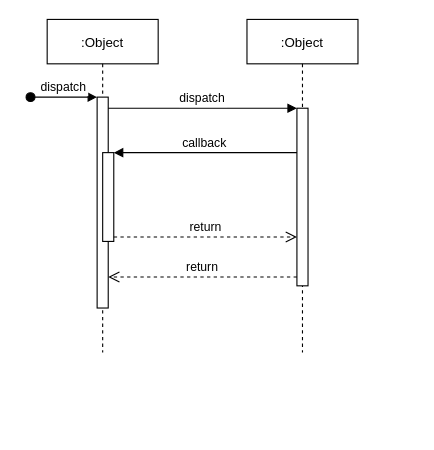
j0k/diagrams keeps this draw.io diagram as MeasureLatency.drawio. Above is the earlier version. Source tidied: cells renumbered, new cells numbered last; positions are measured from the earlier drawing's top-left corner, leaving out a move shared by most shapes. Both pictures are drawn from the tidied source at 111%, with x=0, y=0 at pixel (30, 19).
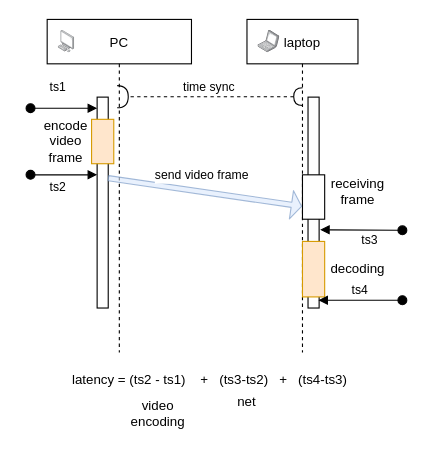
The same diagram, later.

The change refers to these unchanged cells:
```xml
<mxCell id="3" style="points=[];perimeter=orthogonalPerimeter;rounded=0;shadow=0;strokeWidth=1;" parent="2" vertex="1">
  <mxGeometry x="45" y="70" width="10" height="190" as="geometry" />
</mxCell>
```

The edit, as a diff of the source:
```diff
@@
-    <mxCell id="2" value=":Object" style="shape=umlLifeline;perimeter=lifelinePerimeter;rounded=0;shadow=0;strokeWidth=1;" parent="1" vertex="1">
-      <mxGeometry x="15" width="100" height="300" as="geometry" />
+    <mxCell id="2" value="PC" style="shape=umlLifeline;perimeter=lifelinePerimeter;rounded=0;shadow=0;strokeWidth=1;" parent="1" vertex="1">
+      <mxGeometry x="15" width="130" height="300" as="geometry" />
     </mxCell>
@@
-    <mxCell id="4" value="dispatch" style="verticalAlign=bottom;startArrow=oval;endArrow=block;startSize=8;shadow=0;strokeWidth=1;" parent="2" edge="1" target="3">
-      <mxGeometry relative="1" as="geometry">
-        <mxPoint x="-15" y="70" as="sourcePoint" />
+    <mxCell id="4" value="ts1" style="verticalAlign=bottom;startArrow=oval;endArrow=block;startSize=8;shadow=0;strokeWidth=1;" parent="2" edge="1" target="3">
+      <mxGeometry x="-0.17" y="10" relative="1" as="geometry">
+        <mxPoint x="-15" y="80" as="sourcePoint" />
       </mxGeometry>
     </mxCell>
-    <mxCell id="5" style="points=[];perimeter=orthogonalPerimeter;rounded=0;shadow=0;strokeWidth=1;" parent="2" vertex="1">
-      <mxGeometry x="50" y="120" width="10" height="80" as="geometry" />
-    </mxCell>
+    <mxCell id="12" style="html=1;align=center;shadow=0;dashed=0;image;image=img/lib/allied_telesis/computer_and_terminals/Personal_Computer.svg;" parent="2" vertex="1">
+      <mxGeometry x="10" y="10" width="14.8" height="20" as="geometry" />
+    </mxCell>
+    <mxCell id="13" style="perimeter=orthogonalPerimeter;rounded=0;shadow=0;strokeWidth=1;fillColor=#ffe6cc;strokeColor=#d79b00;" parent="2" vertex="1">
+      <mxGeometry x="40" y="90" width="20" height="40" as="geometry" />
+    </mxCell>
+    <mxCell id="14" value="encode&lt;br&gt;video frame" style="text;html=1;strokeColor=none;fillColor=none;align=center;verticalAlign=middle;whiteSpace=wrap;rounded=0;" parent="2" vertex="1">
+      <mxGeometry x="-12.6" y="95" width="60" height="30" as="geometry" />
+    </mxCell>
+    <mxCell id="15" value="ts2" style="verticalAlign=bottom;startArrow=oval;endArrow=block;startSize=8;shadow=0;strokeWidth=1;" parent="2" edge="1">
+      <mxGeometry x="-0.17" y="-20" relative="1" as="geometry">
+        <mxPoint x="-15" y="140" as="sourcePoint" />
+        <mxPoint x="45" y="140" as="targetPoint" />
+      </mxGeometry>
+    </mxCell>
-    <mxCell id="6" value=":Object" style="shape=umlLifeline;perimeter=lifelinePerimeter;rounded=0;shadow=0;strokeWidth=1;" parent="1" vertex="1">
+    <mxCell id="6" value="laptop" style="shape=umlLifeline;perimeter=lifelinePerimeter;rounded=0;shadow=0;strokeWidth=1;" parent="1" vertex="1">
       <mxGeometry x="195" width="100" height="300" as="geometry" />
     </mxCell>
     <mxCell id="7" style="points=[];perimeter=orthogonalPerimeter;rounded=0;shadow=0;strokeWidth=1;" parent="6" vertex="1">
-      <mxGeometry x="45" y="80" width="10" height="160" as="geometry" />
+      <mxGeometry x="55" y="70" width="10" height="190" as="geometry" />
     </mxCell>
+    <mxCell id="16" style="html=1;align=center;shadow=0;dashed=0;image;image=img/lib/allied_telesis/computer_and_terminals/Laptop.svg;" parent="6" vertex="1">
+      <mxGeometry x="10" y="10" width="19.7" height="20" as="geometry" />
+    </mxCell>
+    <mxCell id="5" style="points=[];perimeter=orthogonalPerimeter;rounded=0;shadow=0;strokeWidth=1;" parent="6" vertex="1">
+      <mxGeometry x="50" y="140" width="20" height="40" as="geometry" />
+    </mxCell>
+    <mxCell id="17" style="points=[];perimeter=orthogonalPerimeter;rounded=0;shadow=0;strokeWidth=1;fillColor=#ffe6cc;strokeColor=#d79b00;" parent="6" vertex="1">
+      <mxGeometry x="50" y="200" width="20" height="50" as="geometry" />
+    </mxCell>
-    <mxCell id="8" value="return" style="verticalAlign=bottom;endArrow=open;dashed=1;endSize=8;exitX=0;exitY=0.95;shadow=0;strokeWidth=1;" parent="1" edge="1" source="7" target="3">
+    <mxCell id="8" value="time sync" style="verticalAlign=bottom;endArrow=halfCircle;dashed=1;endSize=8;exitX=0.501;exitY=0.232;shadow=0;strokeWidth=1;endFill=0;startArrow=halfCircle;startFill=0;exitDx=0;exitDy=0;exitPerimeter=0;entryX=0.485;entryY=0.232;entryDx=0;entryDy=0;entryPerimeter=0;" parent="1" edge="1" source="6" target="2">
       <mxGeometry relative="1" as="geometry" />
     </mxCell>
-    <mxCell id="9" value="dispatch" style="verticalAlign=bottom;endArrow=block;entryX=0;entryY=0;shadow=0;strokeWidth=1;" parent="1" edge="1" source="3" target="7">
-      <mxGeometry relative="1" as="geometry" />
+    <mxCell id="9" value="send video frame" style="verticalAlign=bottom;endArrow=block;shadow=0;strokeWidth=1;exitX=0.968;exitY=0.384;exitDx=0;exitDy=0;exitPerimeter=0;shape=flexArrow;endSize=2.7333333333333334;opacity=60;startSize=1;width=4.761904761904762;entryX=-0.016;entryY=0.71;entryDx=0;entryDy=0;entryPerimeter=0;fillColor=#dae8fc;strokeColor=#6c8ebf;" parent="1" edge="1" source="3" target="5">
+      <mxGeometry x="-0.04" y="6" relative="1" as="geometry" />
     </mxCell>
-    <mxCell id="10" value="callback" style="verticalAlign=bottom;endArrow=block;entryX=1;entryY=0;shadow=0;strokeWidth=1;" parent="1" edge="1" source="7" target="5">
-      <mxGeometry relative="1" as="geometry" />
-    </mxCell>
-    <mxCell id="11" value="return" style="verticalAlign=bottom;endArrow=open;dashed=1;endSize=8;exitX=1;exitY=0.95;shadow=0;strokeWidth=1;" parent="1" edge="1" source="5" target="7">
-      <mxGeometry relative="1" as="geometry" />
-    </mxCell>
+    <mxCell id="18" value="ts3" style="verticalAlign=bottom;startArrow=oval;endArrow=block;startSize=8;shadow=0;strokeWidth=1;entryX=1.095;entryY=0.629;entryDx=0;entryDy=0;entryPerimeter=0;" parent="1" edge="1" target="7">
+      <mxGeometry x="-0.21" y="18" relative="1" as="geometry">
+        <mxPoint x="335" y="190" as="sourcePoint" />
+      </mxGeometry>
+    </mxCell>
+    <mxCell id="19" value="latency = (ts2 - ts1)&amp;nbsp; &amp;nbsp; +&amp;nbsp; &amp;nbsp;(ts3-ts2)&amp;nbsp; &amp;nbsp;+&amp;nbsp; &amp;nbsp;(ts4-ts3)&amp;nbsp;&amp;nbsp;" style="text;html=1;strokeColor=none;fillColor=none;align=center;verticalAlign=middle;whiteSpace=wrap;rounded=0;" parent="1" vertex="1">
+      <mxGeometry x="25" y="310" width="280" height="30" as="geometry" />
+    </mxCell>
+    <mxCell id="20" value="video encoding" style="text;html=1;strokeColor=none;fillColor=none;align=center;verticalAlign=middle;whiteSpace=wrap;rounded=0;" parent="1" vertex="1">
+      <mxGeometry x="85" y="340" width="60" height="30" as="geometry" />
+    </mxCell>
+    <mxCell id="21" value="net" style="text;html=1;strokeColor=none;fillColor=none;align=center;verticalAlign=middle;whiteSpace=wrap;rounded=0;" parent="1" vertex="1">
+      <mxGeometry x="165" y="330" width="60" height="30" as="geometry" />
+    </mxCell>
+    <mxCell id="22" value="receiving frame" style="text;html=1;strokeColor=none;fillColor=none;align=center;verticalAlign=middle;whiteSpace=wrap;rounded=0;" parent="1" vertex="1">
+      <mxGeometry x="265" y="140" width="60" height="30" as="geometry" />
+    </mxCell>
+    <mxCell id="23" value="ts4" style="verticalAlign=bottom;startArrow=oval;endArrow=block;startSize=8;shadow=0;strokeWidth=1;entryX=0.718;entryY=1.059;entryDx=0;entryDy=0;entryPerimeter=0;" parent="1" edge="1" target="17">
+      <mxGeometry relative="1" as="geometry">
+        <mxPoint x="335" y="253" as="sourcePoint" />
+      </mxGeometry>
+    </mxCell>
+    <mxCell id="24" value="decoding" style="text;html=1;strokeColor=none;fillColor=none;align=center;verticalAlign=middle;whiteSpace=wrap;rounded=0;" parent="1" vertex="1">
+      <mxGeometry x="265" y="210" width="60" height="30" as="geometry" />
+    </mxCell>
```
